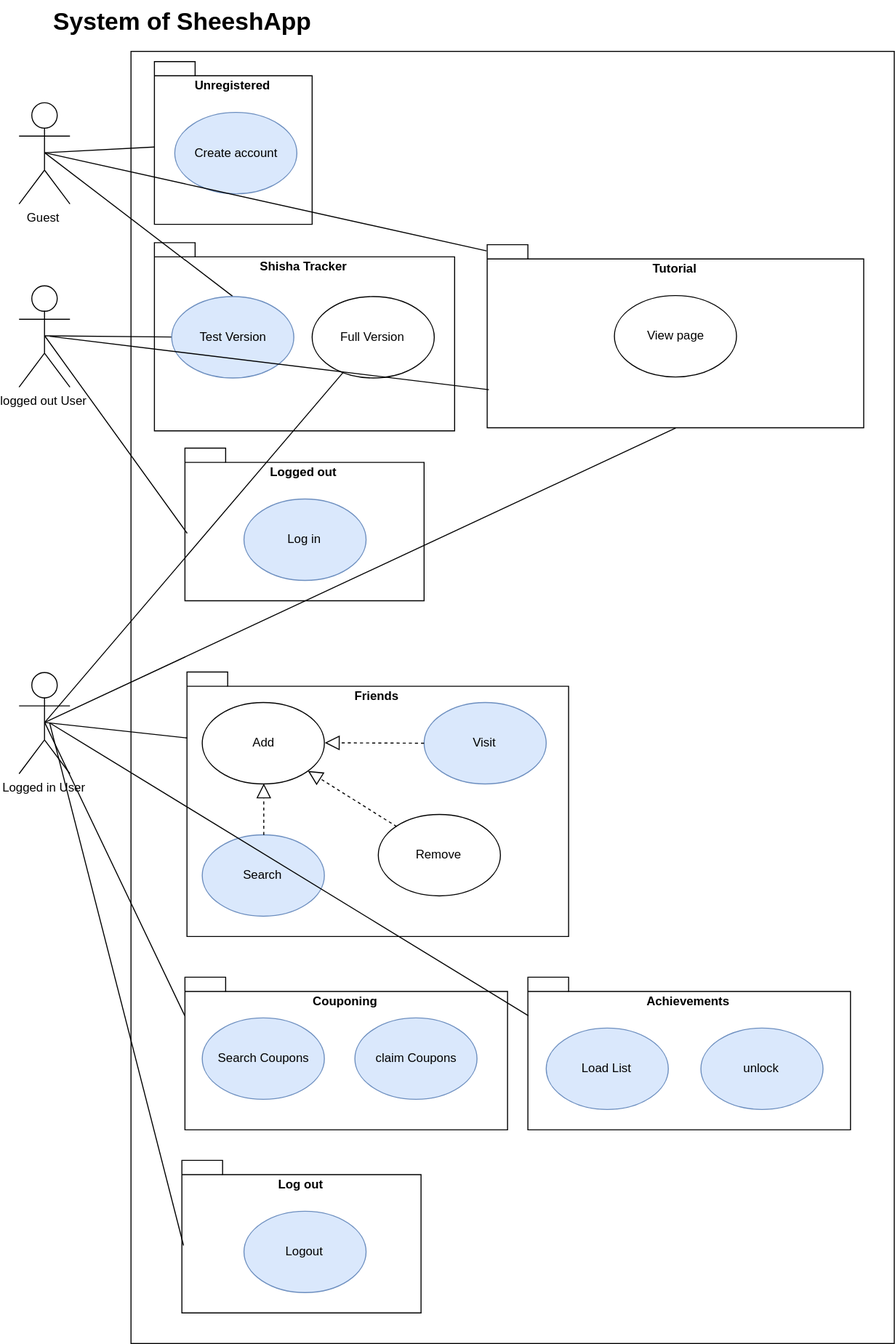
This is documentation/SheeshAppOUCD.svg from DawidMa/sheeshApp, a draw.io export, as it was before one commit. Source tidied: cells renumbered, new cells last; positions are measured from the earlier drawing's top-left corner, leaving out a move shared by most shapes.
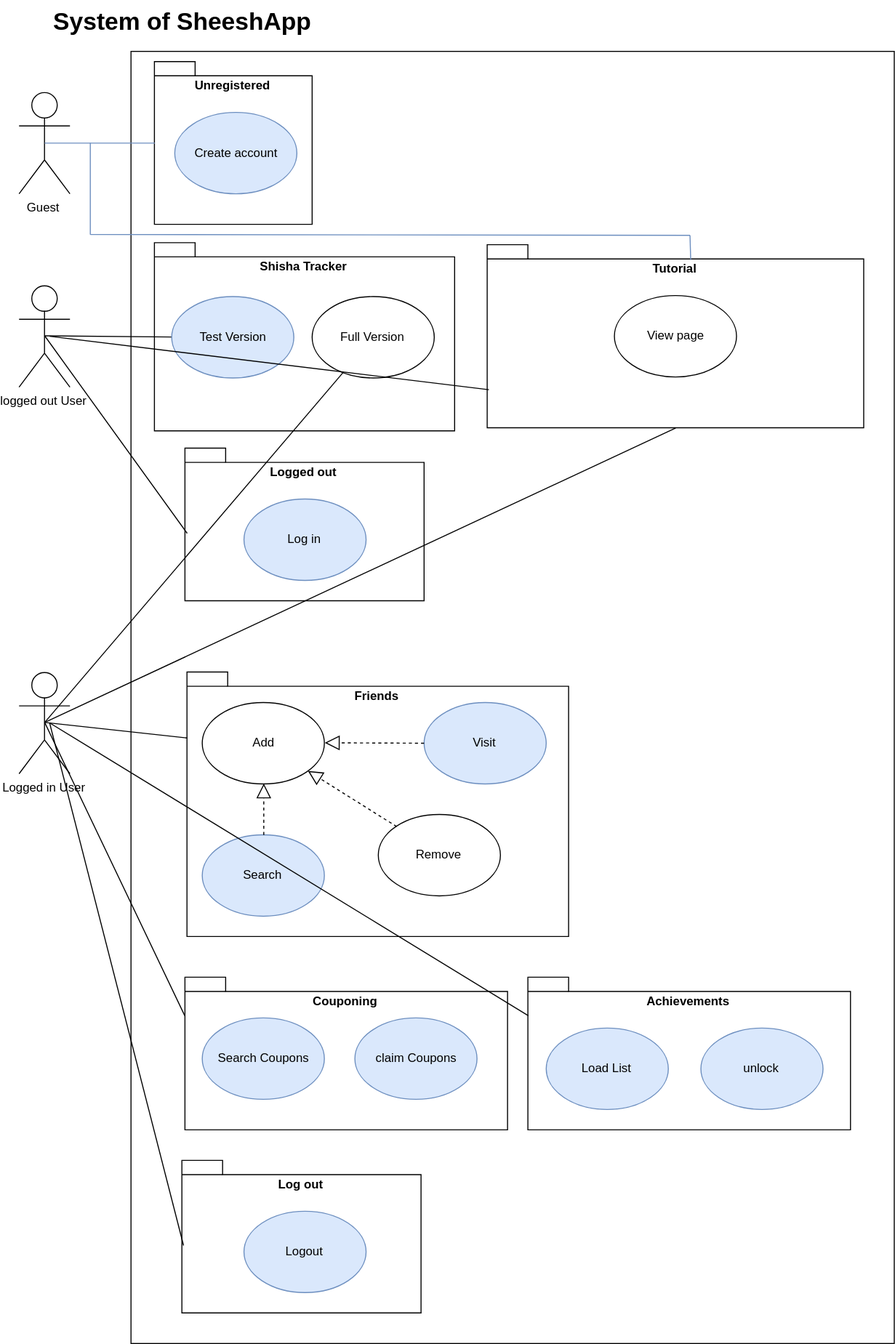
Later version of the same file.

Diff of the diagram source:
```diff
@@ -17,9 +17,6 @@
     <mxCell id="6" value="Logged out" style="shape=folder;fontStyle=1;spacingTop=10;tabWidth=40;tabHeight=14;tabPosition=left;html=1;verticalAlign=top;labelPosition=center;verticalLabelPosition=middle;align=center;" parent="1" vertex="1">
       <mxGeometry x="163" y="440" width="235" height="150" as="geometry" />
     </mxCell>
-    <mxCell id="7" style="endArrow=none;html=1;exitX=0.5;exitY=0.5;exitPerimeter=0;" parent="1" edge="1" source="12" target="5">
-      <mxGeometry relative="1" as="geometry" />
-    </mxCell>
     <mxCell id="8" value="Friends" style="shape=folder;fontStyle=1;spacingTop=10;tabWidth=40;tabHeight=14;tabPosition=left;html=1;verticalAlign=top;labelPosition=center;verticalLabelPosition=middle;align=center;" parent="1" vertex="1">
       <mxGeometry x="165" y="660" width="375" height="260" as="geometry" />
     </mxCell>
@@ -33,7 +30,7 @@
       <mxGeometry x="153" y="110" width="120" height="80" as="geometry" />
     </mxCell>
     <mxCell id="12" value="Guest" style="shape=umlActor;verticalLabelPosition=bottom;labelBackgroundColor=#ffffff;verticalAlign=top;html=1;fillColor=#ffffff;strokeColor=#000000;" parent="1" vertex="1">
-      <mxGeometry y="100" width="50" height="100" as="geometry" />
+      <mxGeometry y="90" width="50" height="100" as="geometry" />
     </mxCell>
     <mxCell id="13" value="Full Version" style="ellipse;whiteSpace=wrap;html=1;fillColor=#ffffff;strokeColor=#000000;" parent="1" vertex="1">
       <mxGeometry x="288" y="291" width="120" height="80" as="geometry" />
@@ -56,18 +53,12 @@
     <mxCell id="19" style="endArrow=none;html=1;exitX=0.5;exitY=0.5;exitPerimeter=0;" parent="1" edge="1" source="18" target="13">
       <mxGeometry relative="1" as="geometry" />
     </mxCell>
-    <mxCell id="20" style="endArrow=none;html=1;exitX=0.5;exitY=0.5;exitPerimeter=0;entryX=0.5;entryY=0;" parent="1" edge="1" source="12" target="21">
-      <mxGeometry relative="1" as="geometry" />
-    </mxCell>
     <mxCell id="21" value="Test Version" style="ellipse;whiteSpace=wrap;html=1;fillColor=#dae8fc;strokeColor=#6c8ebf;" parent="1" vertex="1">
       <mxGeometry x="150" y="291" width="120" height="80" as="geometry" />
     </mxCell>
     <mxCell id="22" value="View page" style="ellipse;whiteSpace=wrap;html=1;fillColor=#ffffff;strokeColor=#000000;" parent="1" vertex="1">
       <mxGeometry x="585" y="290" width="120" height="80" as="geometry" />
     </mxCell>
-    <mxCell id="23" style="endArrow=none;html=1;exitX=0.5;exitY=0.5;exitPerimeter=0;entryX=-0.003;entryY=0.033;entryPerimeter=0;" parent="1" edge="1" source="12" target="10">
-      <mxGeometry relative="1" as="geometry" />
-    </mxCell>
     <mxCell id="24" style="endArrow=none;html=1;entryX=0.005;entryY=0.794;entryPerimeter=0;" parent="1" edge="1" target="10">
       <mxGeometry relative="1" as="geometry">
         <mxPoint x="30" y="330" as="sourcePoint" />
@@ -134,5 +125,24 @@
         <mxPoint x="30" y="710" as="sourcePoint" />
       </mxGeometry>
     </mxCell>
+    <mxCell id="7" style="endArrow=none;html=1;fillColor=#dae8fc;strokeColor=#6c8ebf;exitX=0.5;exitY=0.5;exitPerimeter=0;entryX=0;entryY=0.5;" parent="1" edge="1" source="12" target="5">
+      <mxGeometry relative="1" as="geometry" />
+    </mxCell>
+    <mxCell id="44" style="endArrow=none;html=1;fillColor=#dae8fc;strokeColor=#6c8ebf;" parent="1" edge="1">
+      <mxGeometry relative="1" as="geometry">
+        <mxPoint x="70" y="230" as="sourcePoint" />
+        <mxPoint x="70" y="140" as="targetPoint" />
+      </mxGeometry>
+    </mxCell>
+    <mxCell id="45" style="endArrow=none;html=1;fillColor=#dae8fc;strokeColor=#6c8ebf;entryX=0.733;entryY=0.142;entryPerimeter=0;" parent="1" edge="1" target="2">
+      <mxGeometry relative="1" as="geometry">
+        <mxPoint x="70" y="230" as="sourcePoint" />
+      </mxGeometry>
+    </mxCell>
+    <mxCell id="46" style="endArrow=none;html=1;fillColor=#dae8fc;strokeColor=#6c8ebf;entryX=0.733;entryY=0.142;entryPerimeter=0;" parent="1" edge="1" target="2">
+      <mxGeometry relative="1" as="geometry">
+        <mxPoint x="660" y="255" as="sourcePoint" />
+      </mxGeometry>
+    </mxCell>
   </root>
 </mxGraphModel>
```
